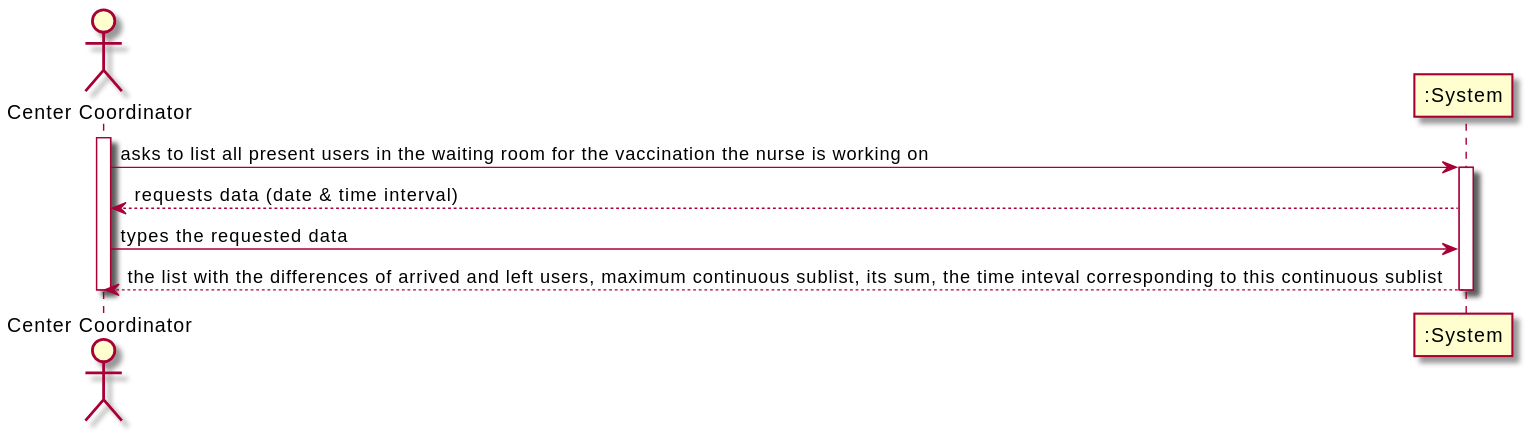
Before: docs/SprintD/US16/SSD/US16_SSD.svg, a diagram exported from PlantUML (miseEnPlace-i/lapr2).
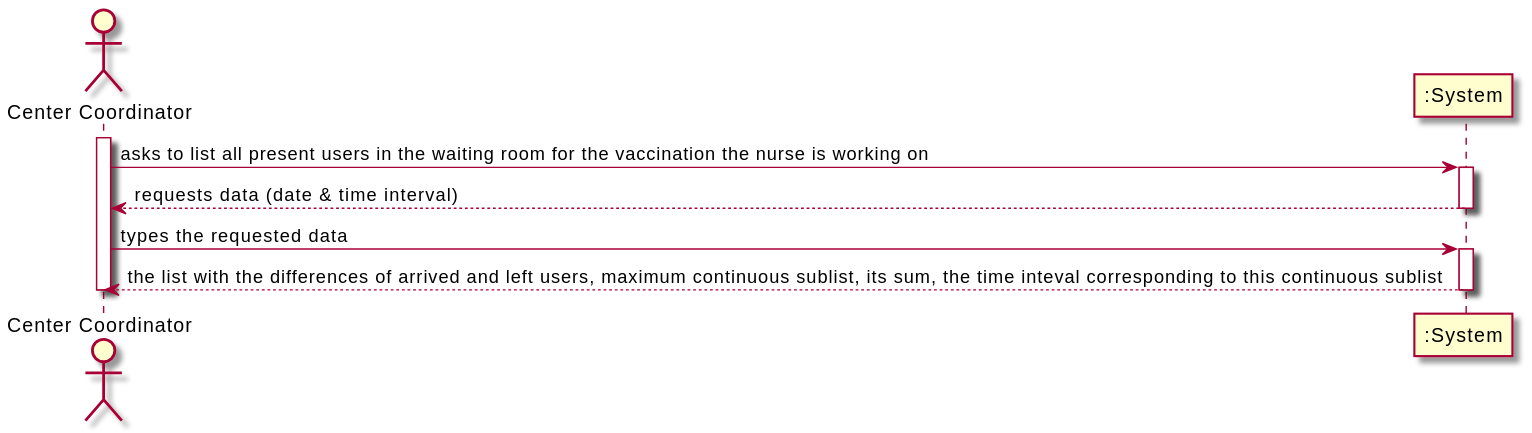
Above is the later version.

The edit, as a diff of the source:
```diff
@@ -6,8 +6,11 @@
 COORD -> SYS : asks to list all present users in the waiting room for the vaccination the nurse is working on
 activate SYS
 SYS --> COORD : requests data (date & time interval)
+deactivate SYS
 COORD -> SYS : types the requested data
+activate SYS
 SYS --> COORD : the list with the differences of arrived and left users, maximum continuous sublist, its sum, the time inteval corresponding to this continuous sublist
+deactivate SYS
 deactivate SYS
 
 deactivate COORD
```
